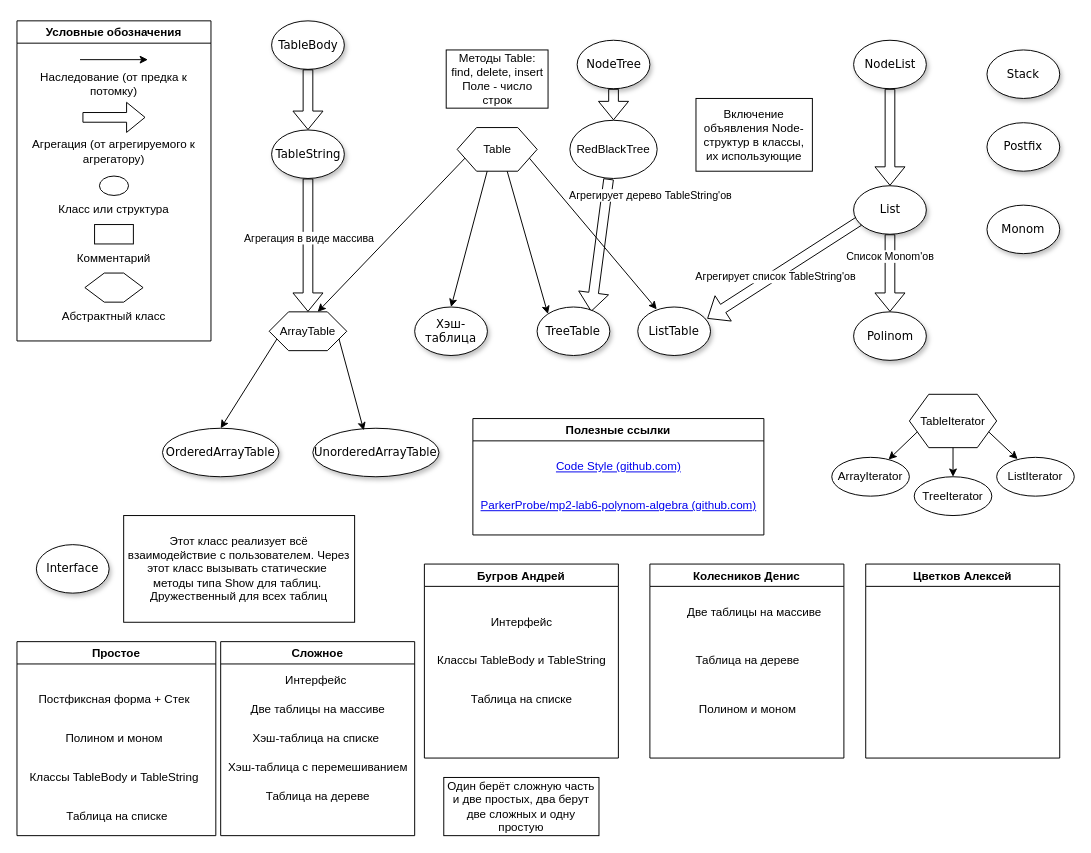
Above: Class_Diagram.drawio in ParkerProbe/mp2-lab6-polynom-algebra (draw.io), before the change. Source tidied: cells renumbered, new cells numbered last; positions are measured from the earlier drawing's top-left corner, leaving out a move shared by most shapes. Both pictures are drawn from the tidied source at 97%, with x=0, y=0 at pixel (16, 20).
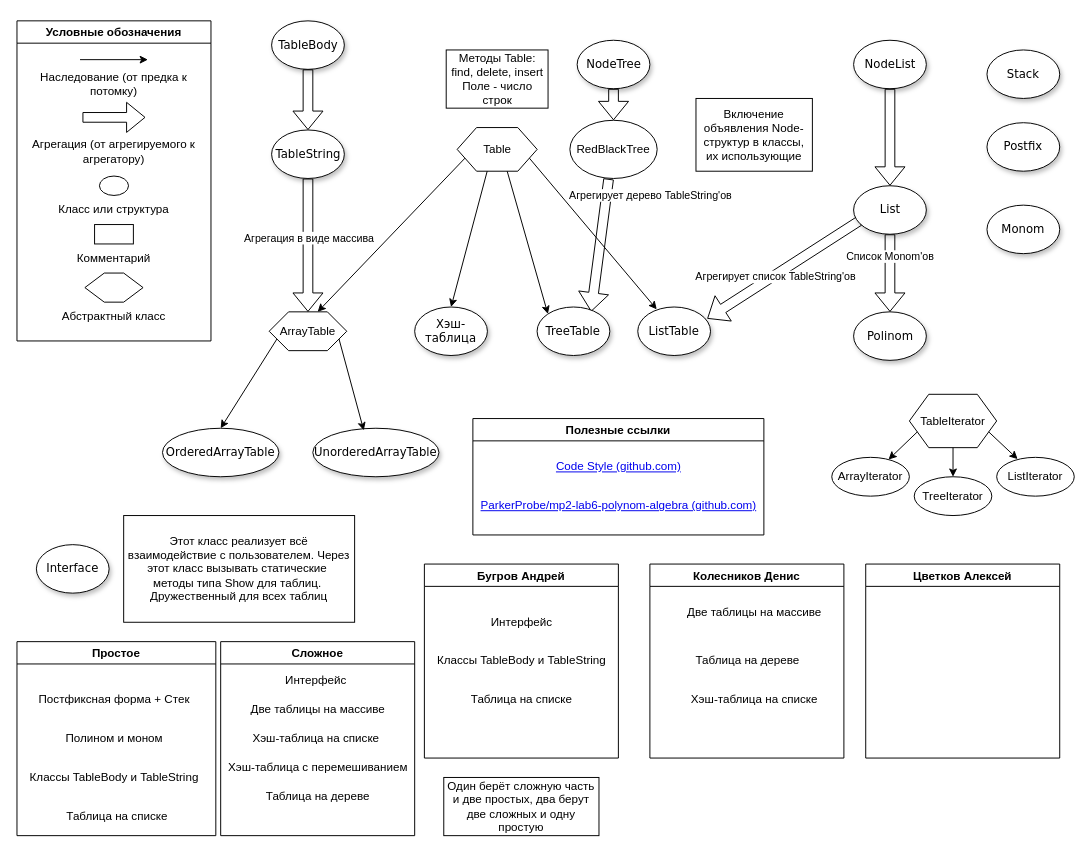
After the change.

The change refers to these unchanged cells:
```xml
<mxCell id="65" value="Колесников Денис" style="swimlane;" parent="1" vertex="1">
  <mxGeometry x="652.5" y="560" width="200" height="200" as="geometry" />
</mxCell>
```

Change to the diagram source:
```diff
@@
-    <mxCell id="67" value="Полином и моном" style="text;html=1;align=center;verticalAlign=middle;strokeColor=none;fillColor=none;" parent="65" vertex="1">
-      <mxGeometry x="40" y="140" width="120" height="20" as="geometry" />
-    </mxCell>
@@
+    <mxCell id="82" value="Хэш-таблица на списке" style="text;html=1;align=center;verticalAlign=middle;strokeColor=none;fillColor=none;" parent="65" vertex="1">
+      <mxGeometry x="32.5" y="130" width="150" height="20" as="geometry" />
+    </mxCell>
```
